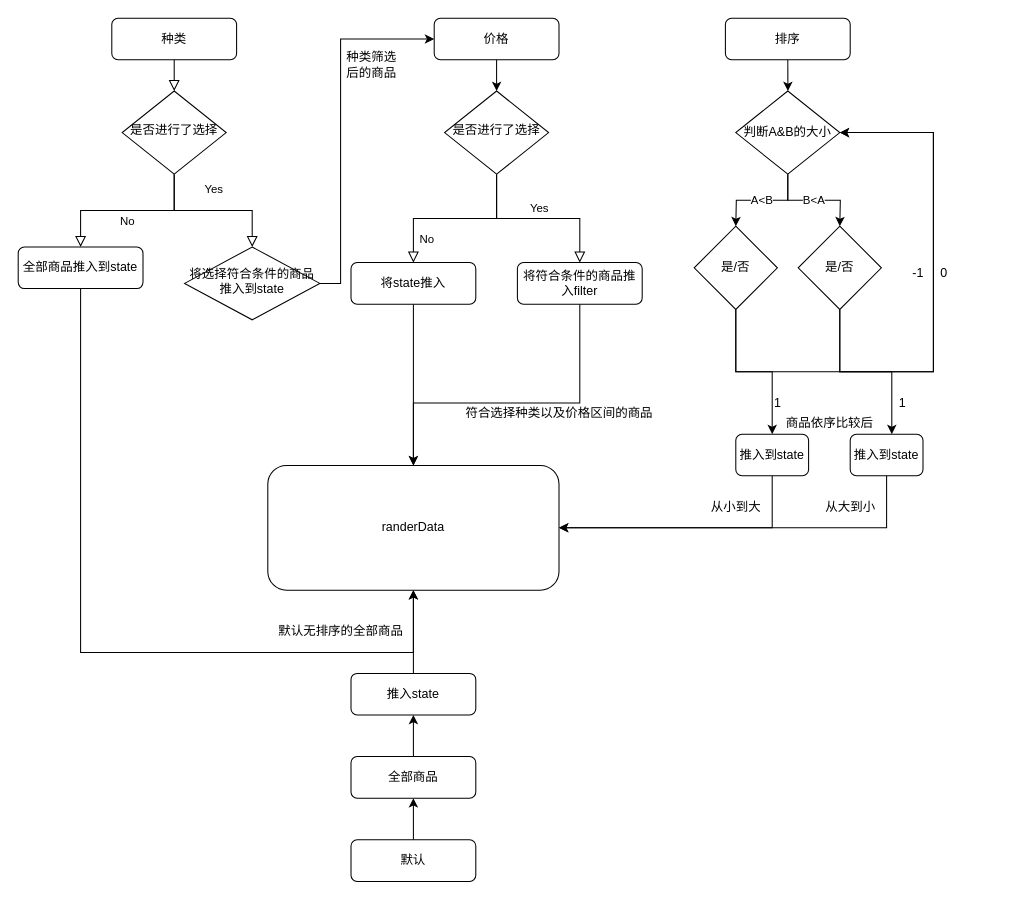
Earlier version of the draw.io diagram Untitled Diagram.drawio (zra1997/luxe-dream). Source tidied: cells renumbered, new cells numbered last; positions are measured from the earlier drawing's top-left corner, leaving out a move shared by most shapes. Both pictures are drawn from the tidied source at 104%, with x=0, y=0 at pixel (18, 18).
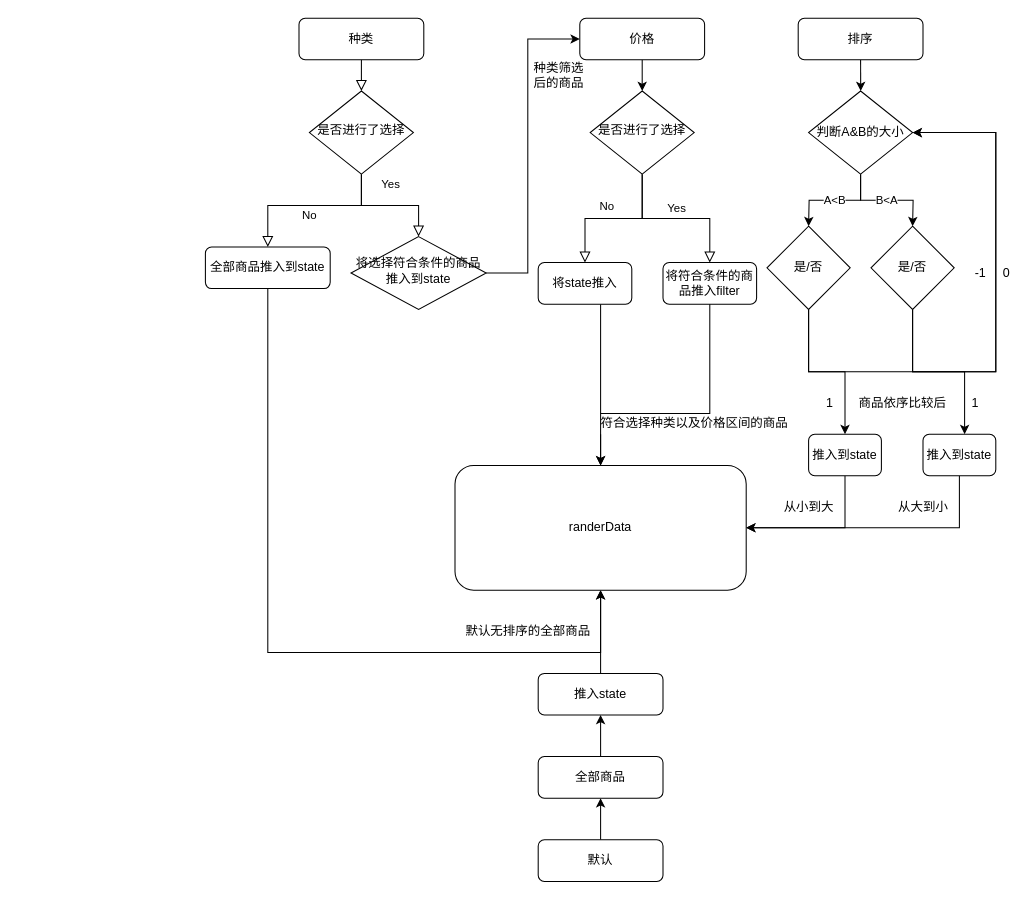
Above is the later version.

The edit, as a diff of the source:
```diff
@@
     <mxCell id="3" value="种类" style="rounded=1;whiteSpace=wrap;html=1;fontSize=12;glass=0;strokeWidth=1;shadow=0;" parent="1" vertex="1">
-      <mxGeometry x="90" width="120" height="40" as="geometry" />
+      <mxGeometry x="270" width="120" height="40" as="geometry" />
     </mxCell>
     <mxCell id="4" value="Yes" style="rounded=0;html=1;jettySize=auto;fontSize=11;endArrow=block;endFill=0;endSize=8;strokeWidth=1;shadow=0;labelBackgroundColor=none;edgeStyle=orthogonalEdgeStyle;" parent="1" edge="1" source="6" target="12">
-      <mxGeometry y="20" relative="1" as="geometry" />
+      <mxGeometry y="20" relative="1" as="geometry">
+        <Array as="points">
+          <mxPoint x="330" y="180" />
+          <mxPoint x="385" y="180" />
+        </Array>
+      </mxGeometry>
     </mxCell>
     <mxCell id="5" value="No" style="edgeStyle=orthogonalEdgeStyle;rounded=0;html=1;jettySize=auto;fontSize=11;endArrow=block;endFill=0;endSize=8;strokeWidth=1;shadow=0;labelBackgroundColor=none;" parent="1" edge="1" source="6" target="8">
-      <mxGeometry y="10" relative="1" as="geometry" />
+      <mxGeometry y="10" relative="1" as="geometry">
+        <Array as="points">
+          <mxPoint x="330" y="180" />
+          <mxPoint x="240" y="180" />
+        </Array>
+      </mxGeometry>
     </mxCell>
     <mxCell id="6" value="是否进行了选择" style="rhombus;whiteSpace=wrap;html=1;shadow=0;fontFamily=Helvetica;fontSize=12;align=center;strokeWidth=1;spacing=6;spacingTop=-4;" parent="1" vertex="1">
-      <mxGeometry x="100" y="70" width="100" height="80" as="geometry" />
+      <mxGeometry x="280" y="70" width="100" height="80" as="geometry" />
     </mxCell>
     <mxCell id="7" style="edgeStyle=orthogonalEdgeStyle;rounded=0;jettySize=auto;html=1;entryX=0.5;entryY=1;entryDx=0;entryDy=0;" parent="1" edge="1" source="8" target="42">
       <mxGeometry relative="1" as="geometry">
         <Array as="points">
-          <mxPoint x="60" y="610" />
-          <mxPoint x="380" y="610" />
+          <mxPoint x="240" y="610" />
+          <mxPoint x="560" y="610" />
         </Array>
       </mxGeometry>
     </mxCell>
     <mxCell id="8" value="全部商品推入到state" style="rounded=1;whiteSpace=wrap;html=1;fontSize=12;glass=0;strokeWidth=1;shadow=0;" parent="1" vertex="1">
-      <mxGeometry y="220" width="120" height="40" as="geometry" />
+      <mxGeometry x="180" y="220" width="120" height="40" as="geometry" />
     </mxCell>
     <mxCell id="9" value="No" style="rounded=0;html=1;jettySize=auto;fontSize=11;endArrow=block;endFill=0;endSize=8;strokeWidth=1;shadow=0;labelBackgroundColor=none;edgeStyle=orthogonalEdgeStyle;exitX=0.5;exitY=1;exitDx=0;exitDy=0;" parent="1" edge="1" source="19" target="14">
-      <mxGeometry x="0.33" y="20" relative="1" as="geometry" />
+      <mxGeometry x="0.1" y="-12" relative="1" as="geometry" />
     </mxCell>
@@
     <mxCell id="11" style="edgeStyle=orthogonalEdgeStyle;rounded=0;jettySize=auto;html=1;exitX=1;exitY=0.5;exitDx=0;exitDy=0;entryX=0;entryY=0.5;entryDx=0;entryDy=0;" parent="1" edge="1" source="12" target="18">
       <mxGeometry relative="1" as="geometry">
         <Array as="points">
-          <mxPoint x="310" y="255" />
-          <mxPoint x="310" y="20" />
+          <mxPoint x="490" y="245" />
+          <mxPoint x="490" y="20" />
         </Array>
       </mxGeometry>
     </mxCell>
     <mxCell id="12" value="将选择符合条件的商品推入到state" style="rhombus;whiteSpace=wrap;html=1;shadow=0;fontFamily=Helvetica;fontSize=12;align=center;strokeWidth=1;spacing=6;spacingTop=-4;" parent="1" vertex="1">
-      <mxGeometry x="160" y="220" width="130" height="70" as="geometry" />
+      <mxGeometry x="320" y="210" width="130" height="70" as="geometry" />
     </mxCell>
     <mxCell id="13" style="edgeStyle=orthogonalEdgeStyle;rounded=0;jettySize=auto;html=1;entryX=0.5;entryY=0;entryDx=0;entryDy=0;" parent="1" edge="1" source="14" target="42">
       <mxGeometry relative="1" as="geometry">
         <Array as="points">
-          <mxPoint x="380" y="430" />
+          <mxPoint x="560" y="430" />
         </Array>
       </mxGeometry>
     </mxCell>
     <mxCell id="14" value="将state推入" style="rounded=1;whiteSpace=wrap;html=1;fontSize=12;glass=0;strokeWidth=1;shadow=0;" parent="1" vertex="1">
-      <mxGeometry x="320" y="235" width="120" height="40" as="geometry" />
+      <mxGeometry x="500" y="235" width="90" height="40" as="geometry" />
     </mxCell>
-    <mxCell id="15" style="edgeStyle=orthogonalEdgeStyle;rounded=0;jettySize=auto;html=1;entryX=0.5;entryY=0;entryDx=0;entryDy=0;" parent="1" edge="1" source="16" target="42">
+    <mxCell id="15" style="edgeStyle=orthogonalEdgeStyle;rounded=0;jettySize=auto;html=1;entryX=0.5;entryY=0;entryDx=0;entryDy=0;startArrow=none;" parent="1" edge="1" source="45" target="42">
       <mxGeometry relative="1" as="geometry">
         <Array as="points">
-          <mxPoint x="540" y="370" />
-          <mxPoint x="380" y="370" />
-          <mxPoint x="380" y="430" />
+          <mxPoint x="560" y="380" />
         </Array>
       </mxGeometry>
     </mxCell>
     <mxCell id="16" value="将符合条件的商品推入filter" style="rounded=1;whiteSpace=wrap;html=1;fontSize=12;glass=0;strokeWidth=1;shadow=0;" parent="1" vertex="1">
-      <mxGeometry x="480" y="235" width="120" height="40" as="geometry" />
+      <mxGeometry x="620" y="235" width="90" height="40" as="geometry" />
     </mxCell>
@@
     <mxCell id="18" value="价格" style="rounded=1;whiteSpace=wrap;html=1;fontSize=12;glass=0;strokeWidth=1;shadow=0;" parent="1" vertex="1">
-      <mxGeometry x="400" width="120" height="40" as="geometry" />
+      <mxGeometry x="540" width="120" height="40" as="geometry" />
     </mxCell>
     <mxCell id="19" value="是否进行了选择" style="rhombus;whiteSpace=wrap;html=1;shadow=0;fontFamily=Helvetica;fontSize=12;align=center;strokeWidth=1;spacing=6;spacingTop=-4;" parent="1" vertex="1">
-      <mxGeometry x="410" y="70" width="100" height="80" as="geometry" />
+      <mxGeometry x="550" y="70" width="100" height="80" as="geometry" />
     </mxCell>
     <mxCell id="20" style="edgeStyle=orthogonalEdgeStyle;rounded=0;jettySize=auto;html=1;exitX=0.5;exitY=1;exitDx=0;exitDy=0;" parent="1" edge="1" source="21">
       <mxGeometry relative="1" as="geometry">
-        <mxPoint x="740.1" y="70" as="targetPoint" />
+        <mxPoint x="810.1" y="70" as="targetPoint" />
       </mxGeometry>
     </mxCell>
     <mxCell id="21" value="排序" style="rounded=1;whiteSpace=wrap;html=1;fontSize=12;glass=0;strokeWidth=1;shadow=0;" parent="1" vertex="1">
-      <mxGeometry x="680" width="120" height="40" as="geometry" />
+      <mxGeometry x="750" width="120" height="40" as="geometry" />
     </mxCell>
     <mxCell id="22" value="A&amp;lt;B" style="edgeStyle=orthogonalEdgeStyle;rounded=0;jettySize=auto;html=1;" parent="1" edge="1" source="24">
       <mxGeometry relative="1" as="geometry">
-        <mxPoint x="690" y="200" as="targetPoint" />
+        <mxPoint x="760" y="200" as="targetPoint" />
       </mxGeometry>
     </mxCell>
     <mxCell id="23" value="B&amp;lt;A" style="edgeStyle=orthogonalEdgeStyle;rounded=0;jettySize=auto;html=1;" parent="1" edge="1" source="24">
       <mxGeometry relative="1" as="geometry">
-        <mxPoint x="790" y="200" as="targetPoint" />
+        <mxPoint x="860" y="200" as="targetPoint" />
       </mxGeometry>
     </mxCell>
     <mxCell id="24" value="判断A&amp;amp;B的大小" style="rhombus;whiteSpace=wrap;html=1;" parent="1" vertex="1">
-      <mxGeometry x="690" y="70" width="100" height="80" as="geometry" />
+      <mxGeometry x="760" y="70" width="100" height="80" as="geometry" />
     </mxCell>
     <mxCell id="25" style="edgeStyle=orthogonalEdgeStyle;rounded=0;jettySize=auto;html=1;entryX=0.5;entryY=0;entryDx=0;entryDy=0;" parent="1" edge="1" source="27" target="35">
       <mxGeometry relative="1" as="geometry">
         <Array as="points">
-          <mxPoint x="690" y="340" />
-          <mxPoint x="725" y="340" />
+          <mxPoint x="760" y="340" />
+          <mxPoint x="795" y="340" />
         </Array>
       </mxGeometry>
     </mxCell>
     <mxCell id="26" style="edgeStyle=orthogonalEdgeStyle;rounded=0;jettySize=auto;html=1;exitX=0.5;exitY=1;exitDx=0;exitDy=0;entryX=1;entryY=0.5;entryDx=0;entryDy=0;" parent="1" edge="1" source="27" target="24">
       <mxGeometry relative="1" as="geometry">
         <Array as="points">
-          <mxPoint x="690" y="340" />
-          <mxPoint x="880" y="340" />
-          <mxPoint x="880" y="110" />
+          <mxPoint x="760" y="340" />
+          <mxPoint x="940" y="340" />
+          <mxPoint x="940" y="110" />
         </Array>
       </mxGeometry>
     </mxCell>
     <mxCell id="27" value="是/否" style="rhombus;whiteSpace=wrap;html=1;" parent="1" vertex="1">
-      <mxGeometry x="650" y="200" width="80" height="80" as="geometry" />
+      <mxGeometry x="720" y="200" width="80" height="80" as="geometry" />
     </mxCell>
     <mxCell id="28" style="edgeStyle=orthogonalEdgeStyle;rounded=0;jettySize=auto;html=1;exitX=0.5;exitY=1;exitDx=0;exitDy=0;entryX=1;entryY=0.5;entryDx=0;entryDy=0;" parent="1" edge="1" source="30" target="24">
       <mxGeometry relative="1" as="geometry">
         <Array as="points">
-          <mxPoint x="790" y="340" />
-          <mxPoint x="880" y="340" />
-          <mxPoint x="880" y="110" />
+          <mxPoint x="860" y="340" />
+          <mxPoint x="940" y="340" />
+          <mxPoint x="940" y="110" />
         </Array>
       </mxGeometry>
     </mxCell>
     <mxCell id="29" style="edgeStyle=orthogonalEdgeStyle;rounded=0;jettySize=auto;html=1;" parent="1" edge="1" source="30">
       <mxGeometry relative="1" as="geometry">
-        <mxPoint x="840" y="400" as="targetPoint" />
+        <mxPoint x="910" y="400" as="targetPoint" />
         <Array as="points">
-          <mxPoint x="790" y="340" />
-          <mxPoint x="840" y="340" />
+          <mxPoint x="860" y="340" />
+          <mxPoint x="910" y="340" />
         </Array>
       </mxGeometry>
     </mxCell>
     <mxCell id="30" value="是/否" style="rhombus;whiteSpace=wrap;html=1;" parent="1" vertex="1">
-      <mxGeometry x="750" y="200" width="80" height="80" as="geometry" />
+      <mxGeometry x="820" y="200" width="80" height="80" as="geometry" />
     </mxCell>
     <mxCell id="31" value="1" style="text;html=1;align=center;verticalAlign=middle;strokeColor=none;fillColor=none;" parent="1" vertex="1">
-      <mxGeometry x="720" y="360" width="20" height="20" as="geometry" />
+      <mxGeometry x="770" y="360" width="20" height="20" as="geometry" />
     </mxCell>
     <mxCell id="32" value="-1" style="text;html=1;align=center;verticalAlign=middle;strokeColor=none;fillColor=none;" parent="1" vertex="1">
-      <mxGeometry x="850" y="235" width="30" height="20" as="geometry" />
+      <mxGeometry x="910" y="235" width="30" height="20" as="geometry" />
     </mxCell>
     <mxCell id="33" value="0" style="text;html=1;align=center;verticalAlign=middle;strokeColor=none;fillColor=none;" parent="1" vertex="1">
-      <mxGeometry x="880" y="235" width="20" height="20" as="geometry" />
+      <mxGeometry x="940" y="235" width="20" height="20" as="geometry" />
     </mxCell>
     <mxCell id="34" style="edgeStyle=orthogonalEdgeStyle;rounded=0;jettySize=auto;html=1;entryX=1;entryY=0.5;entryDx=0;entryDy=0;" parent="1" edge="1" source="35" target="42">
       <mxGeometry relative="1" as="geometry">
         <Array as="points">
-          <mxPoint x="725" y="490" />
+          <mxPoint x="795" y="490" />
         </Array>
       </mxGeometry>
     </mxCell>
     <mxCell id="35" value="推入到state" style="rounded=1;whiteSpace=wrap;html=1;fontSize=12;glass=0;strokeWidth=1;shadow=0;" parent="1" vertex="1">
-      <mxGeometry x="690" y="400" width="70" height="40" as="geometry" />
+      <mxGeometry x="760" y="400" width="70" height="40" as="geometry" />
     </mxCell>
     <mxCell id="36" style="edgeStyle=orthogonalEdgeStyle;rounded=0;jettySize=auto;html=1;" parent="1" edge="1" source="37">
       <mxGeometry relative="1" as="geometry">
-        <mxPoint x="380" y="750" as="targetPoint" />
+        <mxPoint x="560" y="750" as="targetPoint" />
       </mxGeometry>
     </mxCell>
     <mxCell id="37" value="默认" style="rounded=1;whiteSpace=wrap;html=1;fontSize=12;glass=0;strokeWidth=1;shadow=0;" parent="1" vertex="1">
-      <mxGeometry x="320" y="790" width="120" height="40" as="geometry" />
+      <mxGeometry x="500" y="790" width="120" height="40" as="geometry" />
     </mxCell>
     <mxCell id="38" style="edgeStyle=orthogonalEdgeStyle;rounded=0;jettySize=auto;html=1;" parent="1" edge="1" source="39">
       <mxGeometry relative="1" as="geometry">
-        <mxPoint x="380" y="670" as="targetPoint" />
+        <mxPoint x="560" y="670" as="targetPoint" />
       </mxGeometry>
     </mxCell>
     <mxCell id="39" value="全部商品" style="rounded=1;whiteSpace=wrap;html=1;fontSize=12;glass=0;strokeWidth=1;shadow=0;" parent="1" vertex="1">
-      <mxGeometry x="320" y="710" width="120" height="40" as="geometry" />
+      <mxGeometry x="500" y="710" width="120" height="40" as="geometry" />
     </mxCell>
     <mxCell id="40" style="edgeStyle=orthogonalEdgeStyle;rounded=0;jettySize=auto;html=1;entryX=0.5;entryY=1;entryDx=0;entryDy=0;" parent="1" edge="1" source="41" target="42">
       <mxGeometry relative="1" as="geometry">
         <Array as="points">
-          <mxPoint x="380" y="570" />
-          <mxPoint x="380" y="570" />
+          <mxPoint x="560" y="570" />
+          <mxPoint x="560" y="570" />
         </Array>
       </mxGeometry>
     </mxCell>
     <mxCell id="41" value="推入state" style="rounded=1;whiteSpace=wrap;html=1;fontSize=12;glass=0;strokeWidth=1;shadow=0;" parent="1" vertex="1">
-      <mxGeometry x="320" y="630" width="120" height="40" as="geometry" />
+      <mxGeometry x="500" y="630" width="120" height="40" as="geometry" />
     </mxCell>
     <mxCell id="42" value="randerData" style="rounded=1;whiteSpace=wrap;html=1;fontSize=12;glass=0;strokeWidth=1;shadow=0;" parent="1" vertex="1">
-      <mxGeometry x="240" y="430" width="280" height="120" as="geometry" />
+      <mxGeometry x="420" y="430" width="280" height="120" as="geometry" />
     </mxCell>
     <mxCell id="43" value="默认无排序的全部商品" style="text;html=1;align=center;verticalAlign=middle;strokeColor=none;fillColor=none;" parent="1" vertex="1">
-      <mxGeometry x="240" y="580" width="140" height="20" as="geometry" />
+      <mxGeometry x="420" y="580" width="140" height="20" as="geometry" />
     </mxCell>
     <mxCell id="44" value="种类筛选后的商品" style="text;html=1;strokeColor=none;fillColor=none;align=center;verticalAlign=middle;whiteSpace=wrap;rounded=0;" parent="1" vertex="1">
-      <mxGeometry x="310" y="20" width="60" height="50" as="geometry" />
+      <mxGeometry x="490" y="30" width="60" height="50" as="geometry" />
     </mxCell>
-    <mxCell id="45" value="符合选择种类以及价格区间的商品" style="text;html=1;align=center;verticalAlign=middle;points=[];strokeColor=none;fillColor=none;" parent="1" vertex="1">
-      <mxGeometry x="420" y="370" width="200" height="20" as="geometry" />
-    </mxCell>
     <mxCell id="46" value="商品依序比较后" style="text;html=1;align=center;verticalAlign=middle;strokeColor=none;fillColor=none;" parent="1" vertex="1">
-      <mxGeometry x="730" y="380" width="100" height="20" as="geometry" />
+      <mxGeometry x="800" y="360" width="100" height="20" as="geometry" />
     </mxCell>
     <mxCell id="47" style="edgeStyle=orthogonalEdgeStyle;rounded=0;jettySize=auto;html=1;entryX=1;entryY=0.5;entryDx=0;entryDy=0;" parent="1" edge="1" source="48" target="42">
       <mxGeometry relative="1" as="geometry">
         <Array as="points">
-          <mxPoint x="835" y="490" />
+          <mxPoint x="905" y="490" />
         </Array>
       </mxGeometry>
     </mxCell>
     <mxCell id="48" value="推入到state" style="rounded=1;whiteSpace=wrap;html=1;fontSize=12;glass=0;strokeWidth=1;shadow=0;" parent="1" vertex="1">
-      <mxGeometry x="800" y="400" width="70" height="40" as="geometry" />
+      <mxGeometry x="870" y="400" width="70" height="40" as="geometry" />
     </mxCell>
     <mxCell id="49" value="1" style="text;html=1;align=center;verticalAlign=middle;strokeColor=none;fillColor=none;" parent="1" vertex="1">
-      <mxGeometry x="840" y="360" width="20" height="20" as="geometry" />
+      <mxGeometry x="910" y="360" width="20" height="20" as="geometry" />
     </mxCell>
     <mxCell id="50" value="从小到大" style="text;html=1;align=center;verticalAlign=middle;strokeColor=none;fillColor=none;" parent="1" vertex="1">
-      <mxGeometry x="660" y="460" width="60" height="20" as="geometry" />
+      <mxGeometry x="730" y="460" width="60" height="20" as="geometry" />
     </mxCell>
     <mxCell id="51" value="从大到小" style="text;html=1;align=center;verticalAlign=middle;strokeColor=none;fillColor=none;" parent="1" vertex="1">
-      <mxGeometry x="770" y="460" width="60" height="20" as="geometry" />
+      <mxGeometry x="840" y="460" width="60" height="20" as="geometry" />
     </mxCell>
+    <mxCell id="45" value="符合选择种类以及价格区间的商品" style="text;html=1;align=center;verticalAlign=middle;points=[];strokeColor=none;fillColor=none;" parent="1" vertex="1">
+      <mxGeometry x="550" y="380" width="200" height="20" as="geometry" />
+    </mxCell>
+    <mxCell id="52" style="edgeStyle=orthogonalEdgeStyle;rounded=0;jettySize=auto;html=1;endArrow=none;" parent="1" edge="1" source="16">
+      <mxGeometry relative="1" as="geometry">
+        <mxPoint x="560" y="380" as="targetPoint" />
+        <Array as="points">
+          <mxPoint x="665" y="380" />
+          <mxPoint x="561" y="380" />
+        </Array>
+      </mxGeometry>
+    </mxCell>
```
